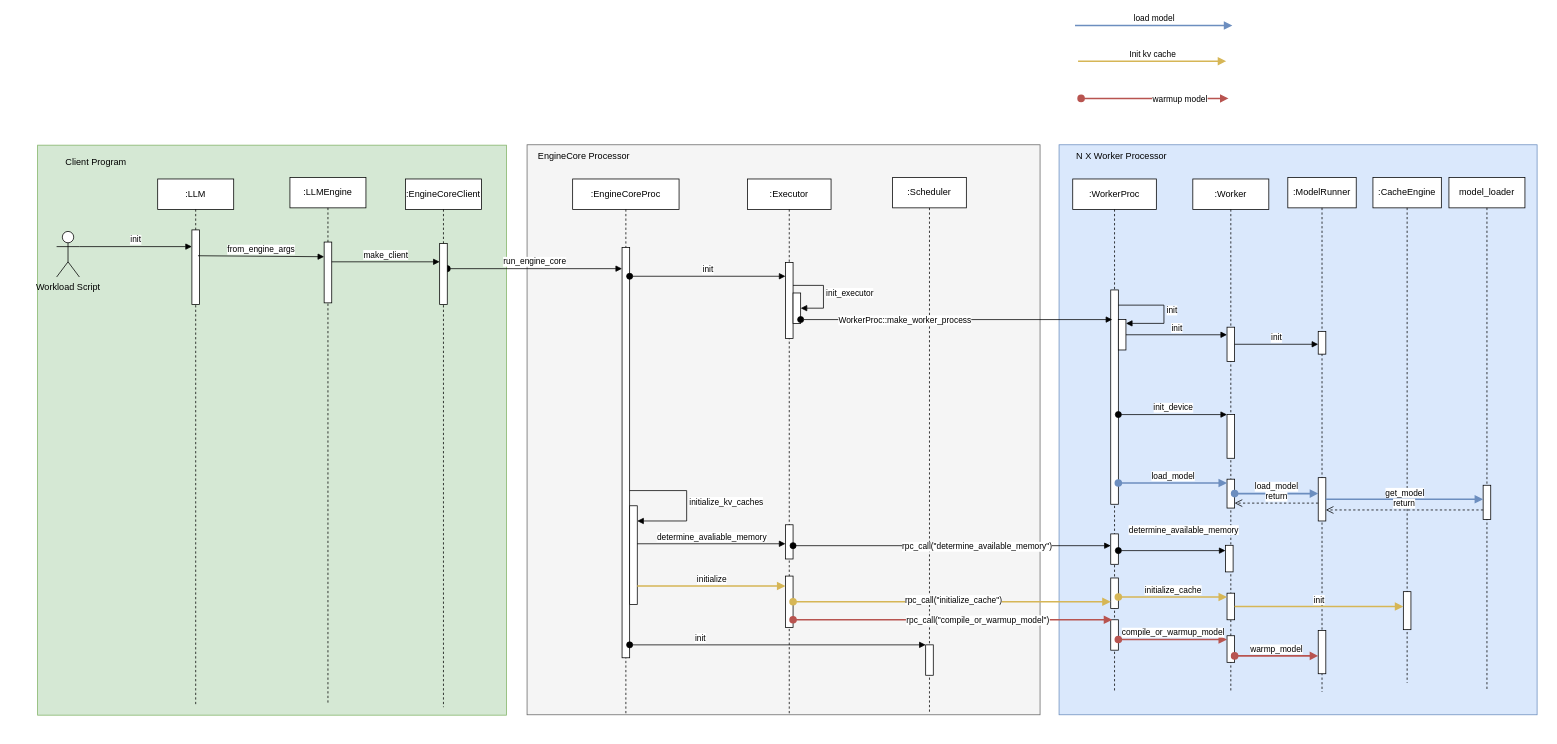
Earlier version of the draw.io diagram page "LLM.init" (2 of 10) of vllm/engine/vllm.drawio (chaojun-zhang/vllm). Source tidied: cells renumbered, new cells numbered last; positions are measured from the earlier drawing's top-left corner, leaving out a move shared by most shapes. Both pictures are drawn from the tidied source at 76%, with x=0, y=0 at pixel (37, 25).
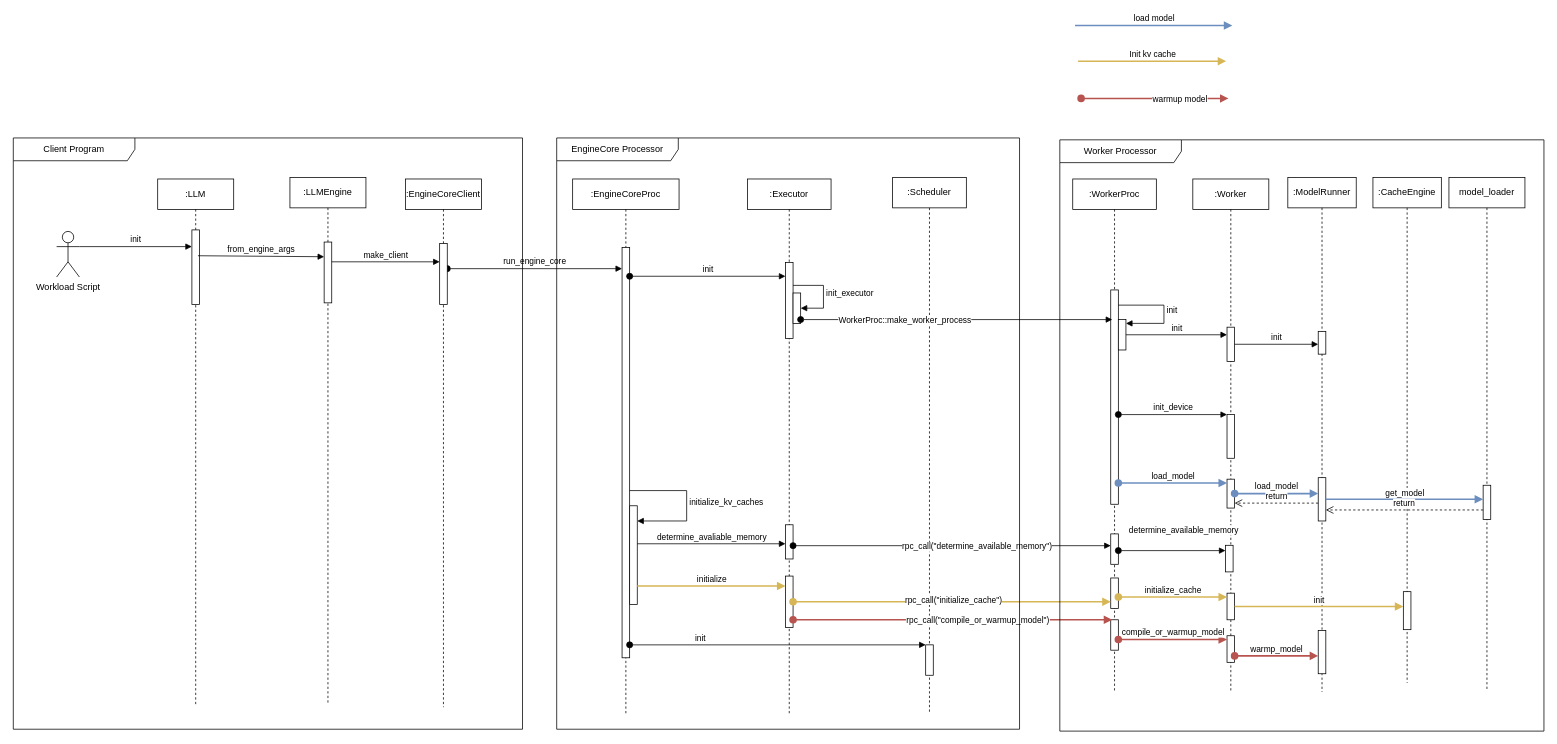
Above is the later version.

Change to the diagram source:
```diff
@@
-    <mxCell id="2" style="rounded=0;whiteSpace=wrap;html=1;fillColor=#d5e8d4;strokeColor=#82b366;" parent="1" vertex="1">
-      <mxGeometry y="157.5" width="617" height="750" as="geometry" />
-    </mxCell>
-    <mxCell id="3" style="rounded=0;whiteSpace=wrap;html=1;fillColor=#dae8fc;strokeColor=#6c8ebf;" parent="1" vertex="1">
-      <mxGeometry x="1344" y="157" width="629" height="750" as="geometry" />
-    </mxCell>
-    <mxCell id="4" style="rounded=0;whiteSpace=wrap;html=1;fillColor=#f5f5f5;strokeColor=#666666;fontColor=#333333;" parent="1" vertex="1">
-      <mxGeometry x="644" y="157" width="675" height="750" as="geometry" />
-    </mxCell>
@@
-    <mxCell id="36" value="EngineCore Processor" style="text;html=1;align=center;verticalAlign=middle;whiteSpace=wrap;rounded=0;" parent="1" vertex="1">
-      <mxGeometry x="644" y="157" width="150" height="30" as="geometry" />
-    </mxCell>
-    <mxCell id="37" value="N X Worker Processor" style="text;html=1;align=center;verticalAlign=middle;whiteSpace=wrap;rounded=0;" parent="1" vertex="1">
-      <mxGeometry x="1344" y="157" width="165" height="30" as="geometry" />
-    </mxCell>
@@
-    <mxCell id="73" value="Client Program" style="text;html=1;align=center;verticalAlign=middle;whiteSpace=wrap;rounded=0;" parent="1" vertex="1">
-      <mxGeometry x="21" y="165" width="112" height="30" as="geometry" />
-    </mxCell>
@@
+    <mxCell id="73" value="Client Program" style="shape=umlFrame;whiteSpace=wrap;html=1;width=160;" parent="1" vertex="1">
+      <mxGeometry x="-32" y="148" width="670" height="778" as="geometry" />
+    </mxCell>
+    <mxCell id="36" value="EngineCore Processor" style="shape=umlFrame;whiteSpace=wrap;html=1;width=160;" parent="1" vertex="1">
+      <mxGeometry x="683" y="148" width="609" height="778" as="geometry" />
+    </mxCell>
+    <mxCell id="81" value="Worker Processor" style="shape=umlFrame;whiteSpace=wrap;html=1;width=160;" parent="1" vertex="1">
+      <mxGeometry x="1345" y="150.5" width="637" height="778" as="geometry" />
+    </mxCell>
```
